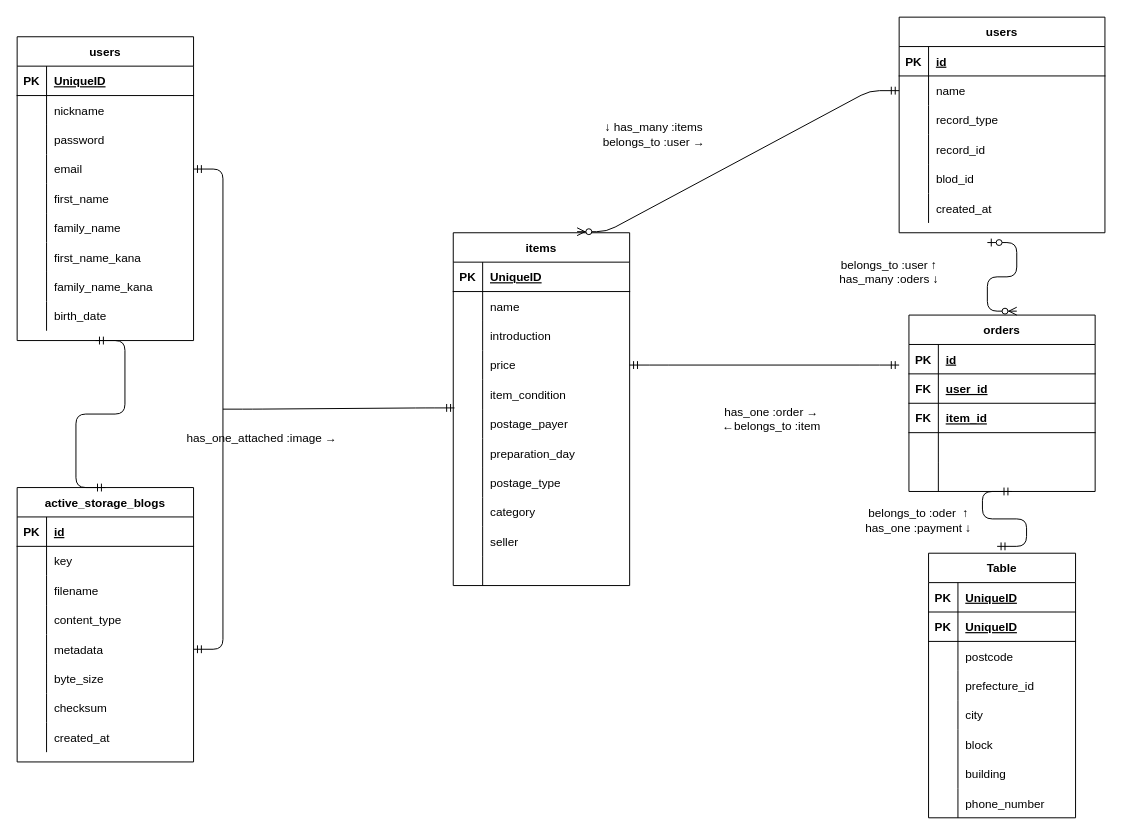
Before: ER.dio in kazuma516/furima-38295, a draw.io diagram. Source tidied: cells renumbered, new cells numbered last; positions are measured from the earlier drawing's top-left corner, leaving out a move shared by most shapes. Both pictures are drawn from the tidied source at 98%, with x=0, y=0 at pixel (17, 17).
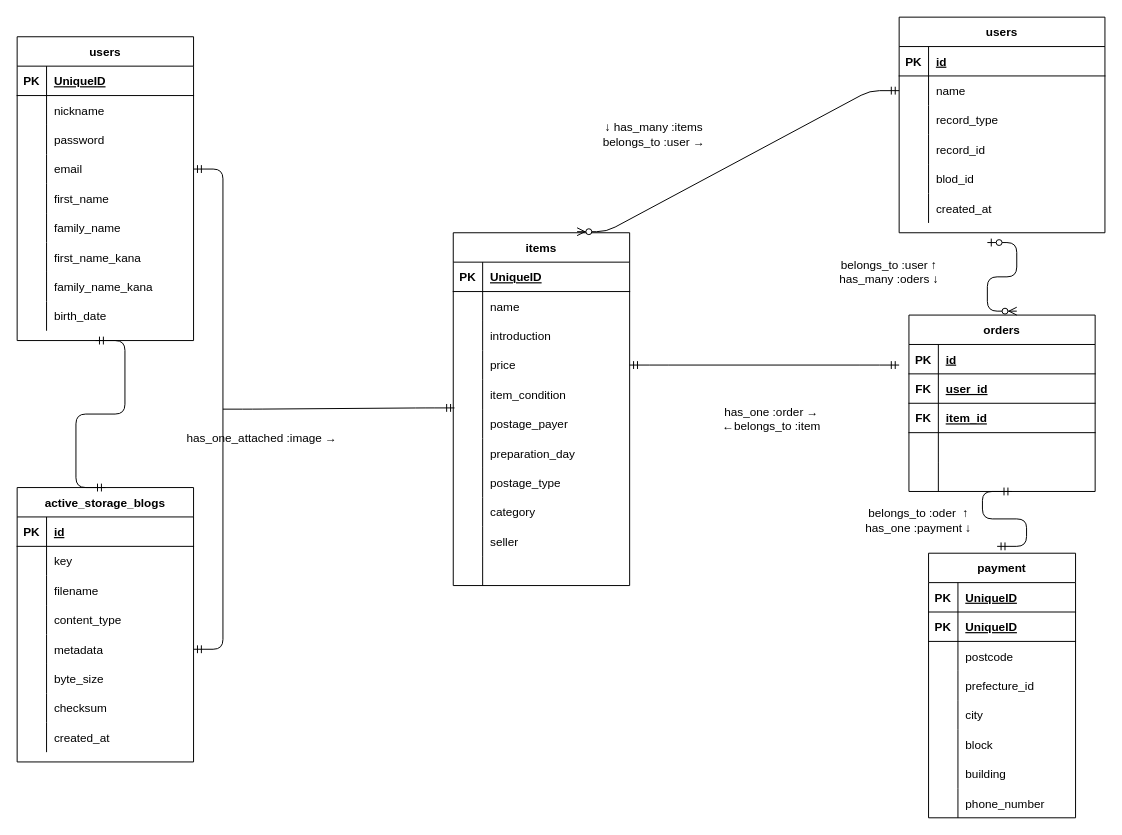
The same diagram, later.

Commit message (it also covers changes not shown here):
データベース設計記述

The edit, as a diff of the source:
```diff
@@
-    <mxCell id="125" value="Table" style="shape=table;startSize=30;childLayout=tableLayout;rowLines=0;fontStyle=1;align=center;" parent="1" vertex="1">
+    <mxCell id="125" value="payment" style="shape=table;startSize=30;childLayout=tableLayout;rowLines=0;fontStyle=1;align=center;" parent="1" vertex="1">
       <mxGeometry x="930" y="547" width="150" height="270" as="geometry" />
     </mxCell>
```
